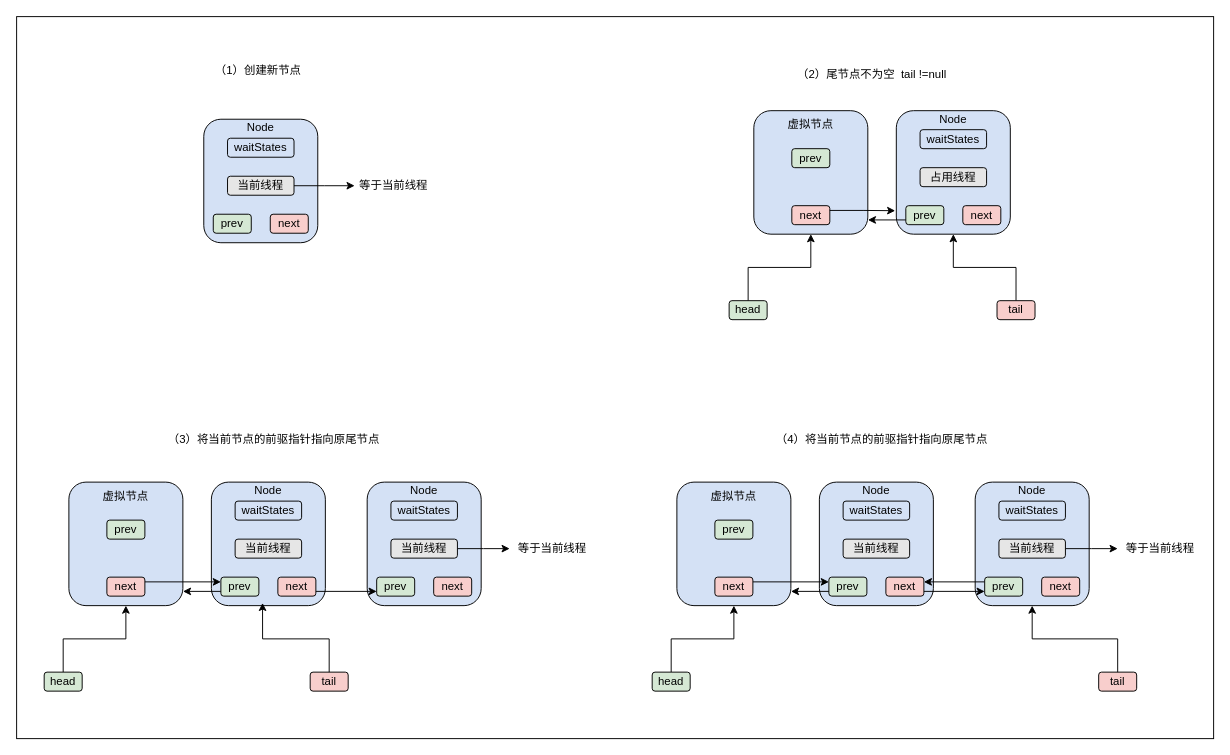
lxcy-kdz/draw keeps this draw.io diagram as page "第 4 页" (4 of 4) of 卖场/reentrantlock.drawio. Above is the earlier version. Source tidied: cells renumbered, new cells numbered last; positions are measured from the earlier drawing's top-left corner, leaving out a move shared by most shapes. Both pictures are drawn from the tidied source at 95%, with x=0, y=0 at pixel (16, 16).
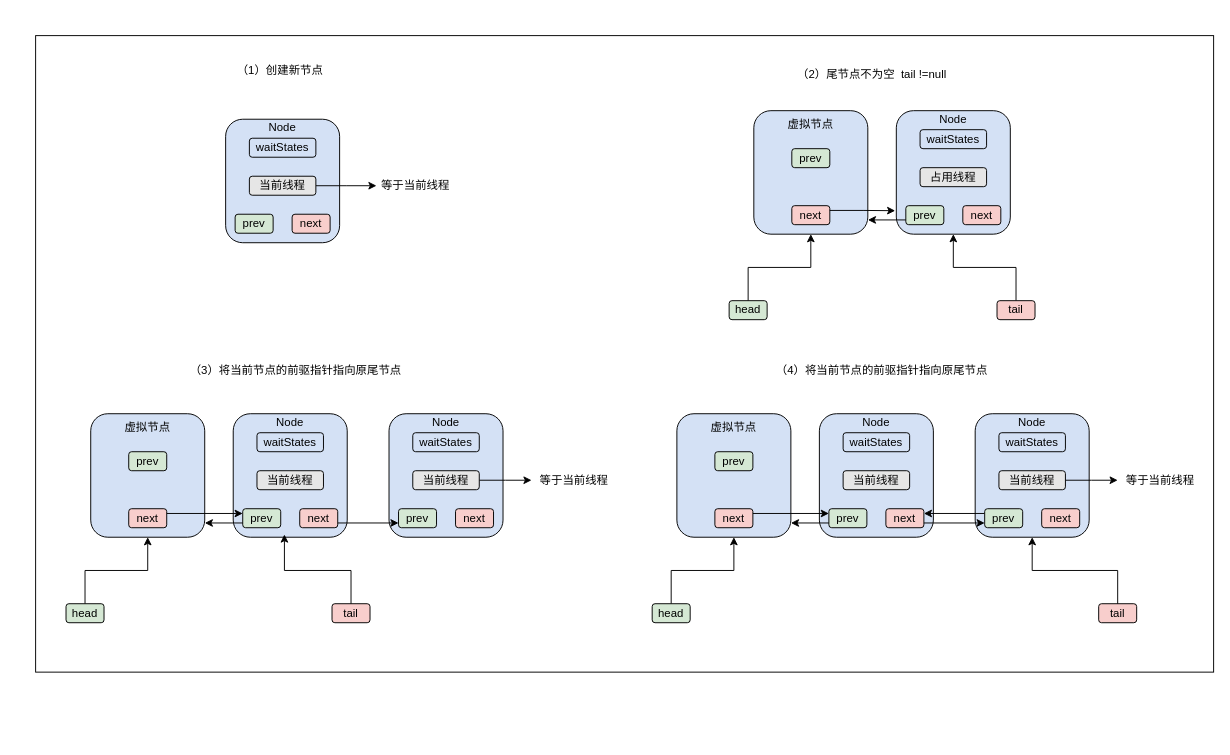
After the change.

Change to the diagram source:
```diff
@@
-    <mxCell id="2" style="rounded=0;whiteSpace=wrap;html=1;" parent="1" vertex="1">
-      <mxGeometry width="1260" height="760" as="geometry" />
-    </mxCell>
+    <mxCell id="82" style="rounded=0;whiteSpace=wrap;html=1;" parent="1" vertex="1">
+      <mxGeometry x="20" y="20" width="1240" height="670" as="geometry" />
+    </mxCell>
     <mxCell id="3" style="rounded=1;whiteSpace=wrap;html=1;fillColor=#D4E1F5;" parent="1" vertex="1">
-      <mxGeometry x="369" y="490" width="120" height="130" as="geometry" />
+      <mxGeometry x="392" y="418" width="120" height="130" as="geometry" />
     </mxCell>
     <mxCell id="4" value="（1）创建新节点" style="text;html=1;align=center;verticalAlign=middle;whiteSpace=wrap;rounded=0;" parent="1" vertex="1">
-      <mxGeometry x="201" y="42" width="106.8" height="30" as="geometry" />
+      <mxGeometry x="224" y="42" width="106.8" height="30" as="geometry" />
     </mxCell>
@@
     <mxCell id="22" value="（3）将当前节点的前驱指针指向原尾节点" style="text;html=1;align=center;verticalAlign=middle;whiteSpace=wrap;rounded=0;" parent="1" vertex="1">
-      <mxGeometry x="154" y="430" width="234" height="30" as="geometry" />
+      <mxGeometry x="177" y="358" width="234" height="30" as="geometry" />
     </mxCell>
     <mxCell id="23" style="rounded=1;whiteSpace=wrap;html=1;fillColor=#D4E1F5;" parent="1" vertex="1">
-      <mxGeometry x="205" y="490" width="120" height="130" as="geometry" />
+      <mxGeometry x="228" y="418" width="120" height="130" as="geometry" />
     </mxCell>
     <mxCell id="24" value="waitStates" style="rounded=1;whiteSpace=wrap;html=1;fillColor=#D4E1F5;" parent="1" vertex="1">
-      <mxGeometry x="230" y="510" width="70" height="20" as="geometry" />
+      <mxGeometry x="253" y="438" width="70" height="20" as="geometry" />
     </mxCell>
     <mxCell id="25" value="当前线程" style="rounded=1;whiteSpace=wrap;html=1;fillColor=#E6E6E6;" parent="1" vertex="1">
-      <mxGeometry x="230" y="550" width="70" height="20" as="geometry" />
+      <mxGeometry x="253" y="478" width="70" height="20" as="geometry" />
     </mxCell>
     <mxCell id="26" value="prev" style="rounded=1;whiteSpace=wrap;html=1;fillColor=#D5E8D4;" parent="1" vertex="1">
-      <mxGeometry x="215" y="590" width="40" height="20" as="geometry" />
+      <mxGeometry x="238" y="518" width="40" height="20" as="geometry" />
     </mxCell>
@@
     <mxCell id="28" value="next" style="rounded=1;whiteSpace=wrap;html=1;fillColor=#F8CECC;" parent="1" vertex="1">
-      <mxGeometry x="275" y="590" width="40" height="20" as="geometry" />
+      <mxGeometry x="298" y="518" width="40" height="20" as="geometry" />
     </mxCell>
     <mxCell id="29" style="rounded=1;whiteSpace=wrap;html=1;fillColor=#D4E1F5;" parent="1" vertex="1">
-      <mxGeometry x="55" y="490" width="120" height="130" as="geometry" />
+      <mxGeometry x="78" y="418" width="120" height="130" as="geometry" />
     </mxCell>
     <mxCell id="30" value="prev" style="rounded=1;whiteSpace=wrap;html=1;fillColor=#D5E8D4;" parent="1" vertex="1">
-      <mxGeometry x="95" y="530" width="40" height="20" as="geometry" />
+      <mxGeometry x="118" y="458" width="40" height="20" as="geometry" />
     </mxCell>
@@
     <mxCell id="32" value="next" style="rounded=1;whiteSpace=wrap;html=1;fillColor=#F8CECC;" parent="1" vertex="1">
-      <mxGeometry x="95" y="590" width="40" height="20" as="geometry" />
+      <mxGeometry x="118" y="518" width="40" height="20" as="geometry" />
     </mxCell>
     <mxCell id="33" value="虚拟节点" style="text;html=1;align=center;verticalAlign=middle;whiteSpace=wrap;rounded=0;" parent="1" vertex="1">
-      <mxGeometry x="85" y="490" width="60" height="30" as="geometry" />
+      <mxGeometry x="108" y="418" width="60" height="30" as="geometry" />
     </mxCell>
     <mxCell id="34" value="Node" style="text;html=1;align=center;verticalAlign=middle;whiteSpace=wrap;rounded=0;" parent="1" vertex="1">
-      <mxGeometry x="235" y="484" width="60" height="30" as="geometry" />
+      <mxGeometry x="258" y="412" width="60" height="30" as="geometry" />
     </mxCell>
@@
     <mxCell id="37" value="head" style="rounded=1;whiteSpace=wrap;html=1;fillColor=#D5E8D4;" parent="1" vertex="1">
-      <mxGeometry x="29" y="690" width="40" height="20" as="geometry" />
+      <mxGeometry x="52" y="618" width="40" height="20" as="geometry" />
     </mxCell>
     <mxCell id="38" value="tail" style="rounded=1;whiteSpace=wrap;html=1;fillColor=#F8CECC;" parent="1" vertex="1">
-      <mxGeometry x="309" y="690" width="40" height="20" as="geometry" />
+      <mxGeometry x="332" y="618" width="40" height="20" as="geometry" />
     </mxCell>
@@
     <mxCell id="40" style="rounded=1;whiteSpace=wrap;html=1;fillColor=#D4E1F5;" parent="1" vertex="1">
-      <mxGeometry x="197" y="108" width="120" height="130" as="geometry" />
+      <mxGeometry x="220" y="108" width="120" height="130" as="geometry" />
     </mxCell>
     <mxCell id="41" value="waitStates" style="rounded=1;whiteSpace=wrap;html=1;fillColor=#D4E1F5;" parent="1" vertex="1">
-      <mxGeometry x="222" y="128" width="70" height="20" as="geometry" />
+      <mxGeometry x="245" y="128" width="70" height="20" as="geometry" />
     </mxCell>
     <mxCell id="42" style="edgeStyle=orthogonalEdgeStyle;rounded=0;jettySize=auto;html=1;exitX=1;exitY=0.5;exitDx=0;exitDy=0;" parent="1" edge="1" source="43">
       <mxGeometry relative="1" as="geometry">
-        <mxPoint x="355.8" y="178" as="targetPoint" />
+        <mxPoint x="378.8" y="178" as="targetPoint" />
       </mxGeometry>
     </mxCell>
     <mxCell id="43" value="当前线程" style="rounded=1;whiteSpace=wrap;html=1;fillColor=#E6E6E6;" parent="1" vertex="1">
-      <mxGeometry x="222" y="168" width="70" height="20" as="geometry" />
+      <mxGeometry x="245" y="168" width="70" height="20" as="geometry" />
     </mxCell>
     <mxCell id="44" value="prev" style="rounded=1;whiteSpace=wrap;html=1;fillColor=#D5E8D4;" parent="1" vertex="1">
-      <mxGeometry x="207" y="208" width="40" height="20" as="geometry" />
+      <mxGeometry x="230" y="208" width="40" height="20" as="geometry" />
     </mxCell>
     <mxCell id="45" value="next" style="rounded=1;whiteSpace=wrap;html=1;fillColor=#F8CECC;" parent="1" vertex="1">
-      <mxGeometry x="267" y="208" width="40" height="20" as="geometry" />
+      <mxGeometry x="290" y="208" width="40" height="20" as="geometry" />
     </mxCell>
     <mxCell id="46" value="Node" style="text;html=1;align=center;verticalAlign=middle;whiteSpace=wrap;rounded=0;" parent="1" vertex="1">
-      <mxGeometry x="227" y="102" width="60" height="30" as="geometry" />
+      <mxGeometry x="250" y="102" width="60" height="30" as="geometry" />
     </mxCell>
     <mxCell id="47" value="等于当前线程" style="text;html=1;align=center;verticalAlign=middle;whiteSpace=wrap;rounded=0;" parent="1" vertex="1">
-      <mxGeometry x="356.8" y="163" width="80" height="30" as="geometry" />
+      <mxGeometry x="379.8" y="163" width="80" height="30" as="geometry" />
     </mxCell>
     <mxCell id="48" value="waitStates" style="rounded=1;whiteSpace=wrap;html=1;fillColor=#D4E1F5;" parent="1" vertex="1">
-      <mxGeometry x="394" y="510" width="70" height="20" as="geometry" />
+      <mxGeometry x="417" y="438" width="70" height="20" as="geometry" />
     </mxCell>
     <mxCell id="49" style="edgeStyle=orthogonalEdgeStyle;rounded=0;jettySize=auto;html=1;exitX=1;exitY=0.5;exitDx=0;exitDy=0;" parent="1" edge="1" source="50">
       <mxGeometry relative="1" as="geometry">
-        <mxPoint x="519" y="560" as="targetPoint" />
+        <mxPoint x="542" y="488" as="targetPoint" />
       </mxGeometry>
     </mxCell>
     <mxCell id="50" value="当前线程" style="rounded=1;whiteSpace=wrap;html=1;fillColor=#E6E6E6;" parent="1" vertex="1">
-      <mxGeometry x="394" y="550" width="70" height="20" as="geometry" />
+      <mxGeometry x="417" y="478" width="70" height="20" as="geometry" />
     </mxCell>
     <mxCell id="51" value="prev" style="rounded=1;whiteSpace=wrap;html=1;fillColor=#D5E8D4;" parent="1" vertex="1">
-      <mxGeometry x="379" y="590" width="40" height="20" as="geometry" />
+      <mxGeometry x="402" y="518" width="40" height="20" as="geometry" />
     </mxCell>
     <mxCell id="52" value="next" style="rounded=1;whiteSpace=wrap;html=1;fillColor=#F8CECC;" parent="1" vertex="1">
-      <mxGeometry x="439" y="590" width="40" height="20" as="geometry" />
+      <mxGeometry x="462" y="518" width="40" height="20" as="geometry" />
     </mxCell>
     <mxCell id="53" value="Node" style="text;html=1;align=center;verticalAlign=middle;whiteSpace=wrap;rounded=0;" parent="1" vertex="1">
-      <mxGeometry x="399" y="484" width="60" height="30" as="geometry" />
+      <mxGeometry x="422" y="412" width="60" height="30" as="geometry" />
     </mxCell>
     <mxCell id="54" value="等于当前线程" style="text;html=1;align=center;verticalAlign=middle;whiteSpace=wrap;rounded=0;" parent="1" vertex="1">
-      <mxGeometry x="519" y="545" width="90" height="30" as="geometry" />
+      <mxGeometry x="542" y="473" width="90" height="30" as="geometry" />
     </mxCell>
     <mxCell id="55" style="rounded=1;whiteSpace=wrap;html=1;fillColor=#D4E1F5;" parent="1" vertex="1">
-      <mxGeometry x="1009" y="490" width="120" height="130" as="geometry" />
+      <mxGeometry x="1009" y="418" width="120" height="130" as="geometry" />
     </mxCell>
     <mxCell id="56" value="（4）将当前节点的前驱指针指向原尾节点" style="text;html=1;align=center;verticalAlign=middle;whiteSpace=wrap;rounded=0;" parent="1" vertex="1">
-      <mxGeometry x="794" y="430" width="234" height="30" as="geometry" />
+      <mxGeometry x="794" y="358" width="234" height="30" as="geometry" />
     </mxCell>
     <mxCell id="57" style="rounded=1;whiteSpace=wrap;html=1;fillColor=#D4E1F5;" parent="1" vertex="1">
-      <mxGeometry x="845" y="490" width="120" height="130" as="geometry" />
+      <mxGeometry x="845" y="418" width="120" height="130" as="geometry" />
     </mxCell>
     <mxCell id="58" value="waitStates" style="rounded=1;whiteSpace=wrap;html=1;fillColor=#D4E1F5;" parent="1" vertex="1">
-      <mxGeometry x="870" y="510" width="70" height="20" as="geometry" />
+      <mxGeometry x="870" y="438" width="70" height="20" as="geometry" />
     </mxCell>
     <mxCell id="59" value="当前线程" style="rounded=1;whiteSpace=wrap;html=1;fillColor=#E6E6E6;" parent="1" vertex="1">
-      <mxGeometry x="870" y="550" width="70" height="20" as="geometry" />
+      <mxGeometry x="870" y="478" width="70" height="20" as="geometry" />
     </mxCell>
     <mxCell id="60" value="prev" style="rounded=1;whiteSpace=wrap;html=1;fillColor=#D5E8D4;" parent="1" vertex="1">
-      <mxGeometry x="855" y="590" width="40" height="20" as="geometry" />
+      <mxGeometry x="855" y="518" width="40" height="20" as="geometry" />
     </mxCell>
@@
     <mxCell id="62" value="next" style="rounded=1;whiteSpace=wrap;html=1;fillColor=#F8CECC;" parent="1" vertex="1">
-      <mxGeometry x="915" y="590" width="40" height="20" as="geometry" />
+      <mxGeometry x="915" y="518" width="40" height="20" as="geometry" />
     </mxCell>
     <mxCell id="63" style="rounded=1;whiteSpace=wrap;html=1;fillColor=#D4E1F5;" parent="1" vertex="1">
-      <mxGeometry x="695" y="490" width="120" height="130" as="geometry" />
+      <mxGeometry x="695" y="418" width="120" height="130" as="geometry" />
     </mxCell>
     <mxCell id="64" value="prev" style="rounded=1;whiteSpace=wrap;html=1;fillColor=#D5E8D4;" parent="1" vertex="1">
-      <mxGeometry x="735" y="530" width="40" height="20" as="geometry" />
+      <mxGeometry x="735" y="458" width="40" height="20" as="geometry" />
     </mxCell>
@@
     <mxCell id="66" value="next" style="rounded=1;whiteSpace=wrap;html=1;fillColor=#F8CECC;" parent="1" vertex="1">
-      <mxGeometry x="735" y="590" width="40" height="20" as="geometry" />
+      <mxGeometry x="735" y="518" width="40" height="20" as="geometry" />
     </mxCell>
     <mxCell id="67" value="虚拟节点" style="text;html=1;align=center;verticalAlign=middle;whiteSpace=wrap;rounded=0;" parent="1" vertex="1">
-      <mxGeometry x="725" y="490" width="60" height="30" as="geometry" />
+      <mxGeometry x="725" y="418" width="60" height="30" as="geometry" />
     </mxCell>
     <mxCell id="68" value="Node" style="text;html=1;align=center;verticalAlign=middle;whiteSpace=wrap;rounded=0;" parent="1" vertex="1">
-      <mxGeometry x="875" y="484" width="60" height="30" as="geometry" />
+      <mxGeometry x="875" y="412" width="60" height="30" as="geometry" />
     </mxCell>
@@
     <mxCell id="71" value="head" style="rounded=1;whiteSpace=wrap;html=1;fillColor=#D5E8D4;" parent="1" vertex="1">
-      <mxGeometry x="669" y="690" width="40" height="20" as="geometry" />
+      <mxGeometry x="669" y="618" width="40" height="20" as="geometry" />
     </mxCell>
     <mxCell id="72" value="tail" style="rounded=1;whiteSpace=wrap;html=1;fillColor=#F8CECC;" parent="1" vertex="1">
-      <mxGeometry x="1139" y="690" width="40" height="20" as="geometry" />
+      <mxGeometry x="1139" y="618" width="40" height="20" as="geometry" />
     </mxCell>
@@
     <mxCell id="74" value="waitStates" style="rounded=1;whiteSpace=wrap;html=1;fillColor=#D4E1F5;" parent="1" vertex="1">
-      <mxGeometry x="1034" y="510" width="70" height="20" as="geometry" />
+      <mxGeometry x="1034" y="438" width="70" height="20" as="geometry" />
     </mxCell>
     <mxCell id="75" style="edgeStyle=orthogonalEdgeStyle;rounded=0;jettySize=auto;html=1;exitX=1;exitY=0.5;exitDx=0;exitDy=0;" parent="1" edge="1" source="76">
       <mxGeometry relative="1" as="geometry">
-        <mxPoint x="1159" y="560" as="targetPoint" />
+        <mxPoint x="1159" y="488" as="targetPoint" />
       </mxGeometry>
     </mxCell>
     <mxCell id="76" value="当前线程" style="rounded=1;whiteSpace=wrap;html=1;fillColor=#E6E6E6;" parent="1" vertex="1">
-      <mxGeometry x="1034" y="550" width="70" height="20" as="geometry" />
+      <mxGeometry x="1034" y="478" width="70" height="20" as="geometry" />
     </mxCell>
@@
     <mxCell id="78" value="prev" style="rounded=1;whiteSpace=wrap;html=1;fillColor=#D5E8D4;" parent="1" vertex="1">
-      <mxGeometry x="1019" y="590" width="40" height="20" as="geometry" />
+      <mxGeometry x="1019" y="518" width="40" height="20" as="geometry" />
     </mxCell>
     <mxCell id="79" value="next" style="rounded=1;whiteSpace=wrap;html=1;fillColor=#F8CECC;" parent="1" vertex="1">
-      <mxGeometry x="1079" y="590" width="40" height="20" as="geometry" />
+      <mxGeometry x="1079" y="518" width="40" height="20" as="geometry" />
     </mxCell>
     <mxCell id="80" value="Node" style="text;html=1;align=center;verticalAlign=middle;whiteSpace=wrap;rounded=0;" parent="1" vertex="1">
-      <mxGeometry x="1039" y="484" width="60" height="30" as="geometry" />
+      <mxGeometry x="1039" y="412" width="60" height="30" as="geometry" />
     </mxCell>
     <mxCell id="81" value="等于当前线程" style="text;html=1;align=center;verticalAlign=middle;whiteSpace=wrap;rounded=0;" parent="1" vertex="1">
-      <mxGeometry x="1159" y="545" width="90" height="30" as="geometry" />
+      <mxGeometry x="1159" y="473" width="90" height="30" as="geometry" />
     </mxCell>
```
